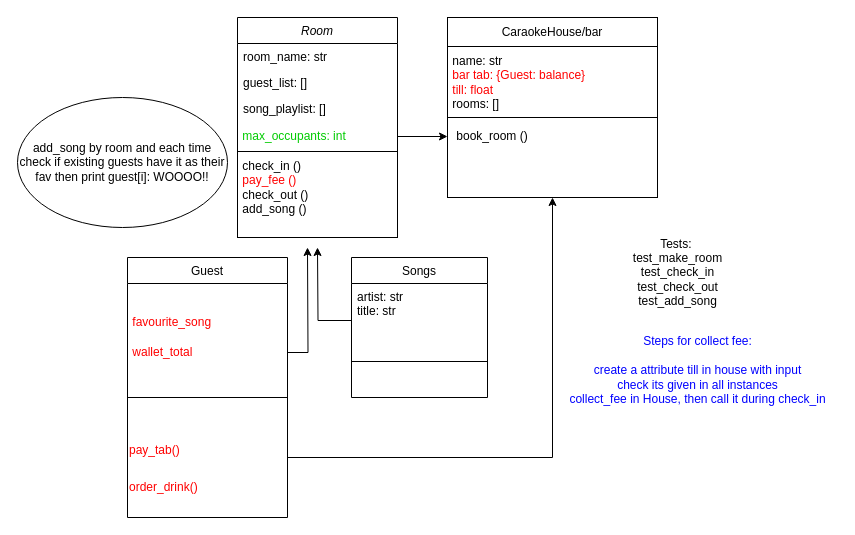
Before: codeclan_caraoke/Karaoke.drawio in WaxenOsprey/codeclan_homework, a draw.io diagram. Source tidied: cells renumbered, new cells numbered last; positions are measured from the earlier drawing's top-left corner, leaving out a move shared by most shapes. Both pictures are drawn from the tidied source at 100%, with x=0, y=0 at pixel (17, 17).
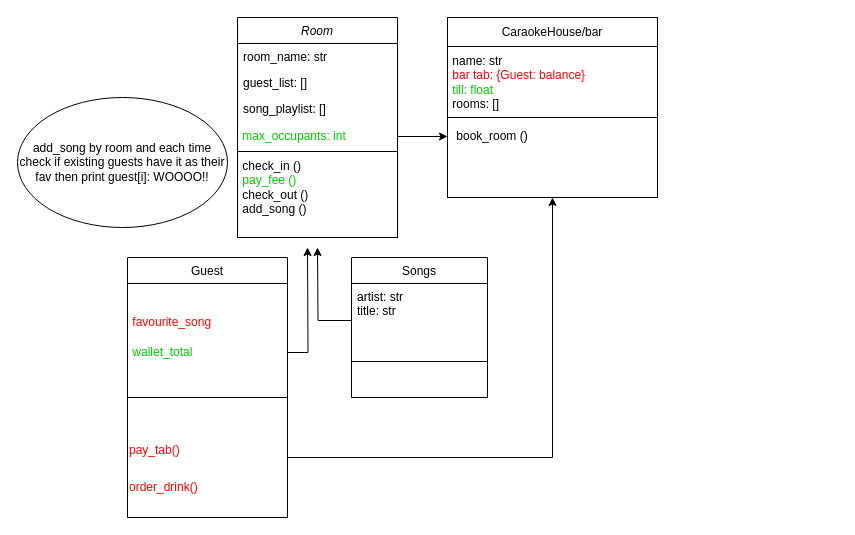
The same page after the edit.

The change refers to these unchanged cells:
```xml
<mxCell id="8" value="Guest" style="swimlane;fontStyle=0;align=center;verticalAlign=top;horizontal=1;startSize=26;rounded=0;shadow=0;strokeWidth=1;" parent="1" vertex="1">
  <mxGeometry x="110" y="240" width="160" height="260" as="geometry" />
</mxCell>
```

The edit, as a diff of the source:
```diff
@@
-    <mxCell id="12" value="&lt;font color=&quot;#ff0000&quot;&gt;&amp;nbsp;wallet_total&lt;/font&gt;" style="text;html=1;strokeColor=none;fillColor=none;align=left;verticalAlign=middle;whiteSpace=wrap;rounded=0;" parent="8" vertex="1">
+    <mxCell id="12" value="&lt;font color=&quot;#00cc00&quot;&gt;&amp;nbsp;wallet_total&lt;/font&gt;" style="text;html=1;strokeColor=none;fillColor=none;align=left;verticalAlign=middle;whiteSpace=wrap;rounded=0;" parent="8" vertex="1">
       <mxGeometry y="80" width="160" height="30" as="geometry" />
     </mxCell>
@@
-    <mxCell id="21" value="&amp;nbsp;name: str&lt;br&gt;&lt;font color=&quot;#ff0000&quot;&gt;&amp;nbsp;bar tab: {Guest: balance}&lt;br&gt;&amp;nbsp;till: float&lt;br&gt;&amp;nbsp;&lt;/font&gt;rooms: []" style="rounded=0;whiteSpace=wrap;html=1;align=left;" parent="1" vertex="1">
+    <mxCell id="21" value="&amp;nbsp;name: str&lt;br&gt;&lt;font color=&quot;#ff0000&quot;&gt;&amp;nbsp;bar tab: {Guest: balance}&lt;/font&gt;&lt;br&gt;&lt;font color=&quot;#00cc00&quot;&gt;&amp;nbsp;till: float&lt;br&gt;&lt;/font&gt;&lt;font color=&quot;#ff0000&quot;&gt;&amp;nbsp;&lt;/font&gt;rooms: []" style="rounded=0;whiteSpace=wrap;html=1;align=left;" parent="1" vertex="1">
       <mxGeometry x="430" y="29" width="210" height="71" as="geometry" />
     </mxCell>
@@
-    <mxCell id="25" value="&amp;nbsp;check_in ()&lt;br&gt;&lt;font color=&quot;#ff0000&quot;&gt;&amp;nbsp;pay_fee ()&lt;/font&gt;&lt;br style=&quot;border-color: var(--border-color); padding: 0px; margin: 0px;&quot;&gt;&lt;span style=&quot;&quot;&gt;&amp;nbsp;check_out ()&lt;/span&gt;&lt;br style=&quot;border-color: var(--border-color); padding: 0px; margin: 0px;&quot;&gt;&lt;span style=&quot;&quot;&gt;&amp;nbsp;add_song ()&lt;/span&gt;" style="text;html=1;strokeColor=none;fillColor=none;align=left;verticalAlign=middle;whiteSpace=wrap;rounded=0;" parent="1" vertex="1">
+    <mxCell id="25" value="&amp;nbsp;check_in ()&lt;br&gt;&lt;font color=&quot;#00cc00&quot;&gt;&amp;nbsp;pay_fee ()&lt;br style=&quot;border-color: var(--border-color); padding: 0px; margin: 0px;&quot;&gt;&lt;/font&gt;&lt;span style=&quot;&quot;&gt;&amp;nbsp;check_out ()&lt;/span&gt;&lt;br style=&quot;border-color: var(--border-color); padding: 0px; margin: 0px;&quot;&gt;&lt;span style=&quot;&quot;&gt;&amp;nbsp;add_song ()&lt;/span&gt;" style="text;html=1;strokeColor=none;fillColor=none;align=left;verticalAlign=middle;whiteSpace=wrap;rounded=0;" parent="1" vertex="1">
       <mxGeometry x="220" y="140" width="160" height="60" as="geometry" />
     </mxCell>
-    <mxCell id="26" value="Tests:&amp;nbsp;&lt;br&gt;test_make_room&lt;br&gt;test_check_in&lt;br&gt;test_check_out&lt;br&gt;test_add_song" style="text;html=1;align=center;verticalAlign=middle;strokeColor=none;fillColor=none;" parent="1" vertex="1">
-      <mxGeometry x="605" y="210" width="110" height="90" as="geometry" />
-    </mxCell>
@@
-    <mxCell id="29" value="&lt;font color=&quot;#0000ff&quot;&gt;Steps for collect fee:&lt;br&gt;&lt;br&gt;create a attribute till in house with input&lt;br&gt;check its given in all instances&lt;br&gt;collect_fee in House, then call it during check_in&lt;br&gt;&lt;br&gt;&lt;/font&gt;" style="text;html=1;align=center;verticalAlign=middle;strokeColor=none;fillColor=none;fontColor=#00CC00;" parent="1" vertex="1">
-      <mxGeometry x="540" y="310" width="280" height="100" as="geometry" />
+    <mxCell id="29" value="&lt;font color=&quot;#0000ff&quot;&gt;&lt;br&gt;&lt;/font&gt;" style="text;html=1;align=center;verticalAlign=middle;strokeColor=none;fillColor=none;fontColor=#00CC00;" parent="1" vertex="1">
+      <mxGeometry x="670" y="345" width="20" height="30" as="geometry" />
     </mxCell>
```
